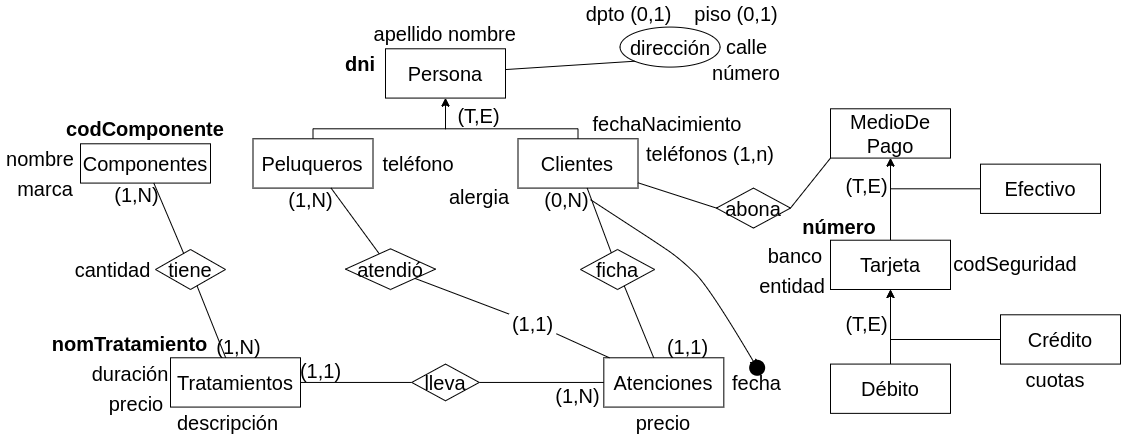
c97Ernesto/DisenioBasesDatos keeps this draw.io diagram as Practica/Practica2/Parte1/drawios-png/ejercicio11P2_Conceptual.drawio.png. Above is the earlier version. Source tidied: cells renumbered, new cells last; positions are measured from the earlier drawing's top-left corner, leaving out a move shared by most shapes.
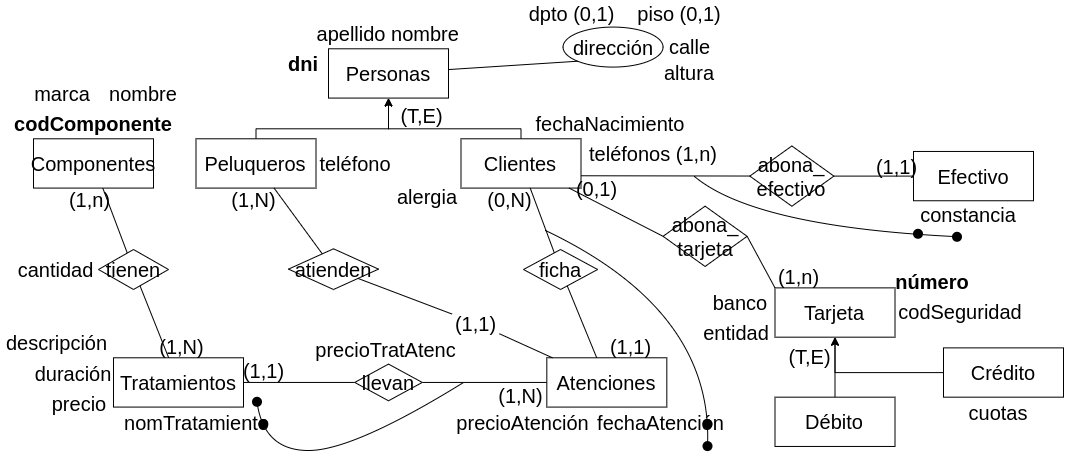
The same file after the commit.

The edit, as a diff of the source:
```diff
@@ -2,7 +2,7 @@
   <root>
     <mxCell id="0" />
     <mxCell id="1" parent="0" />
-    <mxCell id="2" value="&lt;font style=&quot;font-size: 20px;&quot;&gt;Persona&lt;/font&gt;" style="whiteSpace=wrap;html=1;align=center;fontSize=20;" parent="1" vertex="1">
+    <mxCell id="2" value="&lt;font style=&quot;font-size: 20px;&quot;&gt;Personas&lt;/font&gt;" style="whiteSpace=wrap;html=1;align=center;fontSize=20;" parent="1" vertex="1">
       <mxGeometry x="385" y="48.3" width="120" height="49.3" as="geometry" />
     </mxCell>
     <mxCell id="3" value="&lt;b&gt;dni&lt;/b&gt;" style="text;html=1;strokeColor=none;fillColor=none;align=center;verticalAlign=middle;whiteSpace=wrap;rounded=0;fontSize=20;rotation=0;" parent="1" vertex="1">
@@ -35,7 +35,7 @@
     <mxCell id="12" value="dpto (0,1)" style="text;html=1;strokeColor=none;fillColor=none;align=center;verticalAlign=middle;whiteSpace=wrap;rounded=0;fontSize=20;" parent="1" vertex="1">
       <mxGeometry x="580.3" width="97" height="26.6" as="geometry" />
     </mxCell>
-    <mxCell id="13" value="número" style="text;html=1;strokeColor=none;fillColor=none;align=center;verticalAlign=middle;whiteSpace=wrap;rounded=0;fontSize=20;" parent="1" vertex="1">
+    <mxCell id="13" value="altura" style="text;html=1;strokeColor=none;fillColor=none;align=center;verticalAlign=middle;whiteSpace=wrap;rounded=0;fontSize=20;" parent="1" vertex="1">
       <mxGeometry x="706" y="59.1" width="79.5" height="26.6" as="geometry" />
     </mxCell>
     <mxCell id="14" style="edgeStyle=orthogonalEdgeStyle;rounded=0;jettySize=auto;html=1;" parent="1" edge="1" source="15" target="2">
@@ -67,13 +67,13 @@
       <mxGeometry x="455" y="103.6" width="47.4" height="23.2" as="geometry" />
     </mxCell>
     <mxCell id="20" value="alergia" style="text;html=1;strokeColor=none;fillColor=none;align=center;verticalAlign=middle;whiteSpace=wrap;rounded=0;fontSize=20;rotation=0;" parent="1" vertex="1">
-      <mxGeometry x="440" y="180.8" width="77.5" height="30" as="geometry" />
+      <mxGeometry x="450" y="180.8" width="67.5" height="30" as="geometry" />
     </mxCell>
     <mxCell id="21" value="Atenciones" style="whiteSpace=wrap;html=1;align=center;fontSize=20;" parent="1" vertex="1">
       <mxGeometry x="603.3" y="357.3" width="120" height="49.3" as="geometry" />
     </mxCell>
-    <mxCell id="22" value="fecha" style="text;html=1;strokeColor=none;fillColor=none;align=center;verticalAlign=middle;whiteSpace=wrap;rounded=0;fontSize=20;rotation=0;" parent="1" vertex="1">
-      <mxGeometry x="723.3" y="366.9" width="66.7" height="30" as="geometry" />
+    <mxCell id="22" value="fechaAtención" style="text;html=1;strokeColor=none;fillColor=none;align=center;verticalAlign=middle;whiteSpace=wrap;rounded=0;fontSize=20;rotation=0;" parent="1" vertex="1">
+      <mxGeometry x="648.9" y="406.6" width="136.7" height="30" as="geometry" />
     </mxCell>
     <mxCell id="23" value="ficha" style="shape=rhombus;perimeter=rhombusPerimeter;whiteSpace=wrap;html=1;align=center;fontSize=20;" parent="1" vertex="1">
       <mxGeometry x="580" y="249" width="74.1" height="40" as="geometry" />
@@ -87,7 +87,7 @@
     <mxCell id="26" value="(0,N)" style="text;html=1;strokeColor=none;fillColor=none;align=center;verticalAlign=middle;whiteSpace=wrap;rounded=0;fontSize=20;rotation=0;" parent="1" vertex="1">
       <mxGeometry x="542.6" y="187.6" width="47.4" height="23.2" as="geometry" />
     </mxCell>
-    <mxCell id="27" value="atendió" style="shape=rhombus;perimeter=rhombusPerimeter;whiteSpace=wrap;html=1;align=center;fontSize=20;" parent="1" vertex="1">
+    <mxCell id="27" value="atienden" style="shape=rhombus;perimeter=rhombusPerimeter;whiteSpace=wrap;html=1;align=center;fontSize=20;" parent="1" vertex="1">
       <mxGeometry x="345" y="248.3" width="90" height="40.7" as="geometry" />
     </mxCell>
     <mxCell id="28" style="endArrow=none;html=1;rounded=0;fontSize=20;" parent="1" edge="1" source="27" target="15">
@@ -105,31 +105,16 @@
     <mxCell id="32" value="Tratamientos" style="whiteSpace=wrap;html=1;align=center;fontSize=20;" parent="1" vertex="1">
       <mxGeometry x="170" y="357.3" width="130" height="49.3" as="geometry" />
     </mxCell>
-    <mxCell id="33" style="curved=1;endArrow=classic;html=1;rounded=0;exitX=1;exitY=0.5;exitDx=0;exitDy=0;" parent="1" edge="1" source="26" target="34">
-      <mxGeometry relative="1" as="geometry">
-        <Array as="points">
-          <mxPoint x="650" y="238.3" />
-          <mxPoint x="680" y="258.3" />
-          <mxPoint x="710" y="288.3" />
-        </Array>
-      </mxGeometry>
-    </mxCell>
-    <mxCell id="34" style="shape=waypoint;sketch=0;fillStyle=solid;size=16;points=[];fillColor=none;perimeter=centerPerimeter;snapToPoint=1;fontSize=20;fontStyle=0;spacing=2;perimeterSpacing=0;" parent="1" vertex="1">
-      <mxGeometry x="746.7" y="357.3" width="20" height="20" as="geometry" />
-    </mxCell>
-    <mxCell id="35" value="nomTratamiento" style="text;html=1;strokeColor=none;fillColor=none;align=center;verticalAlign=middle;whiteSpace=wrap;rounded=0;fontSize=20;rotation=0;fontStyle=1;" parent="1" vertex="1">
-      <mxGeometry x="47.5" y="328.3" width="165.1" height="30" as="geometry" />
+    <mxCell id="35" value="nomTratamiento" style="text;html=1;strokeColor=none;fillColor=none;align=center;verticalAlign=middle;whiteSpace=wrap;rounded=0;fontSize=20;rotation=0;fontStyle=0;" parent="1" vertex="1">
+      <mxGeometry x="171.3" y="406.6" width="165.1" height="30" as="geometry" />
     </mxCell>
     <mxCell id="36" value="descripción" style="text;html=1;strokeColor=none;fillColor=none;align=center;verticalAlign=middle;whiteSpace=wrap;rounded=0;fontSize=20;rotation=0;" parent="1" vertex="1">
-      <mxGeometry x="170" y="406.6" width="114.9" height="30" as="geometry" />
+      <mxGeometry x="56.4" y="327.3" width="114.9" height="30" as="geometry" />
     </mxCell>
     <mxCell id="37" value="precio" style="text;html=1;strokeColor=none;fillColor=none;align=center;verticalAlign=middle;whiteSpace=wrap;rounded=0;fontSize=20;rotation=0;" parent="1" vertex="1">
       <mxGeometry x="101.3" y="388.3" width="70" height="30" as="geometry" />
     </mxCell>
-    <mxCell id="38" value="Componentes" style="whiteSpace=wrap;html=1;align=center;fontSize=20;" parent="1" vertex="1">
-      <mxGeometry x="80" y="143.3" width="130" height="39.3" as="geometry" />
-    </mxCell>
-    <mxCell id="39" value="lleva" style="shape=rhombus;perimeter=rhombusPerimeter;whiteSpace=wrap;html=1;align=center;fontSize=20;" parent="1" vertex="1">
+    <mxCell id="39" value="llevan" style="shape=rhombus;perimeter=rhombusPerimeter;whiteSpace=wrap;html=1;align=center;fontSize=20;" parent="1" vertex="1">
       <mxGeometry x="411.2" y="363.6" width="67.5" height="36.7" as="geometry" />
     </mxCell>
     <mxCell id="40" style="endArrow=none;html=1;rounded=0;fontSize=20;" parent="1" edge="1" source="32" target="39">
@@ -151,15 +136,15 @@
       <mxGeometry x="90" y="358.3" width="80" height="30" as="geometry" />
     </mxCell>
     <mxCell id="46" value="codComponente" style="text;html=1;strokeColor=none;fillColor=none;align=center;verticalAlign=middle;whiteSpace=wrap;rounded=0;fontSize=20;rotation=0;fontStyle=1;" parent="1" vertex="1">
-      <mxGeometry x="65" y="113.3" width="160" height="30" as="geometry" />
+      <mxGeometry x="70" y="108.3" width="160" height="30" as="geometry" />
     </mxCell>
     <mxCell id="47" value="nombre" style="text;html=1;strokeColor=none;fillColor=none;align=center;verticalAlign=middle;whiteSpace=wrap;rounded=0;fontSize=20;rotation=0;" parent="1" vertex="1">
-      <mxGeometry y="143.3" width="80" height="30" as="geometry" />
+      <mxGeometry x="160" y="78.3" width="80" height="30" as="geometry" />
     </mxCell>
     <mxCell id="48" value="marca" style="text;html=1;strokeColor=none;fillColor=none;align=center;verticalAlign=middle;whiteSpace=wrap;rounded=0;fontSize=20;rotation=0;" parent="1" vertex="1">
-      <mxGeometry x="10" y="173.3" width="70" height="30" as="geometry" />
+      <mxGeometry x="83.8" y="78.3" width="70" height="30" as="geometry" />
     </mxCell>
-    <mxCell id="49" value="tiene" style="shape=rhombus;perimeter=rhombusPerimeter;whiteSpace=wrap;html=1;align=center;fontSize=20;" parent="1" vertex="1">
+    <mxCell id="49" value="tienen" style="shape=rhombus;perimeter=rhombusPerimeter;whiteSpace=wrap;html=1;align=center;fontSize=20;" parent="1" vertex="1">
       <mxGeometry x="155" y="249" width="70" height="40" as="geometry" />
     </mxCell>
     <mxCell id="50" style="endArrow=none;html=1;rounded=0;fontSize=20;" parent="1" edge="1" source="49" target="38">
@@ -171,74 +156,133 @@
     <mxCell id="52" value="(1,N)" style="text;html=1;strokeColor=none;fillColor=none;align=center;verticalAlign=middle;whiteSpace=wrap;rounded=0;fontSize=20;rotation=0;" parent="1" vertex="1">
       <mxGeometry x="215.1" y="334.1" width="47.4" height="23.2" as="geometry" />
     </mxCell>
-    <mxCell id="53" value="(1,N)" style="text;html=1;strokeColor=none;fillColor=none;align=center;verticalAlign=middle;whiteSpace=wrap;rounded=0;fontSize=20;rotation=0;" parent="1" vertex="1">
-      <mxGeometry x="112.6" y="182.6" width="47.4" height="23.2" as="geometry" />
+    <mxCell id="53" value="(1,n)" style="text;html=1;strokeColor=none;fillColor=none;align=center;verticalAlign=middle;whiteSpace=wrap;rounded=0;fontSize=20;rotation=0;" parent="1" vertex="1">
+      <mxGeometry x="122.6" y="187.6" width="47.4" height="23.2" as="geometry" />
     </mxCell>
     <mxCell id="54" value="cantidad" style="text;html=1;strokeColor=none;fillColor=none;align=center;verticalAlign=middle;whiteSpace=wrap;rounded=0;fontSize=20;rotation=0;" parent="1" vertex="1">
       <mxGeometry x="70" y="253.6" width="85" height="30" as="geometry" />
     </mxCell>
     <mxCell id="55" value="teléfono" style="text;html=1;strokeColor=none;fillColor=none;align=center;verticalAlign=middle;whiteSpace=wrap;rounded=0;fontSize=20;rotation=0;" parent="1" vertex="1">
-      <mxGeometry x="372.5" y="147.9" width="90" height="30" as="geometry" />
+      <mxGeometry x="372.5" y="147.9" width="77.5" height="30" as="geometry" />
     </mxCell>
-    <mxCell id="56" value="precio" style="text;html=1;strokeColor=none;fillColor=none;align=center;verticalAlign=middle;whiteSpace=wrap;rounded=0;fontSize=20;rotation=0;" parent="1" vertex="1">
-      <mxGeometry x="628.3" y="406.6" width="70" height="30" as="geometry" />
+    <mxCell id="56" value="precioAtención" style="text;html=1;strokeColor=none;fillColor=none;align=center;verticalAlign=middle;whiteSpace=wrap;rounded=0;fontSize=20;rotation=0;" parent="1" vertex="1">
+      <mxGeometry x="510" y="406.6" width="138.9" height="30" as="geometry" />
     </mxCell>
-    <mxCell id="57" style="edgeStyle=orthogonalEdgeStyle;rounded=0;jettySize=auto;html=1;" parent="1" edge="1" source="58" target="63">
-      <mxGeometry relative="1" as="geometry" />
-    </mxCell>
     <mxCell id="58" value="Efectivo" style="whiteSpace=wrap;html=1;align=center;fontSize=20;" parent="1" vertex="1">
-      <mxGeometry x="980" y="163.6" width="120" height="49.3" as="geometry" />
+      <mxGeometry x="970" y="151" width="120" height="49.3" as="geometry" />
     </mxCell>
     <mxCell id="59" style="edgeStyle=orthogonalEdgeStyle;rounded=0;jettySize=auto;html=1;" parent="1" edge="1" source="60" target="65">
       <mxGeometry relative="1" as="geometry" />
     </mxCell>
     <mxCell id="60" value="Débito" style="whiteSpace=wrap;html=1;align=center;fontSize=20;" parent="1" vertex="1">
-      <mxGeometry x="830" y="363.6" width="120" height="49.3" as="geometry" />
+      <mxGeometry x="831.5" y="396.7" width="120" height="49.3" as="geometry" />
     </mxCell>
     <mxCell id="61" style="edgeStyle=orthogonalEdgeStyle;rounded=0;jettySize=auto;html=1;" parent="1" edge="1" source="62" target="65">
       <mxGeometry relative="1" as="geometry" />
     </mxCell>
     <mxCell id="62" value="Crédito" style="whiteSpace=wrap;html=1;align=center;fontSize=20;" parent="1" vertex="1">
-      <mxGeometry x="1000" y="314.3" width="120" height="49.3" as="geometry" />
+      <mxGeometry x="1000" y="347.4" width="120" height="49.3" as="geometry" />
     </mxCell>
-    <mxCell id="63" value="MedioDe&lt;br&gt;Pago" style="whiteSpace=wrap;html=1;align=center;fontSize=20;" parent="1" vertex="1">
-      <mxGeometry x="830" y="108.3" width="120" height="49.3" as="geometry" />
-    </mxCell>
-    <mxCell id="64" style="edgeStyle=orthogonalEdgeStyle;rounded=0;jettySize=auto;html=1;" parent="1" edge="1" source="65" target="63">
-      <mxGeometry relative="1" as="geometry" />
-    </mxCell>
     <mxCell id="65" value="Tarjeta" style="whiteSpace=wrap;html=1;align=center;fontSize=20;" parent="1" vertex="1">
-      <mxGeometry x="830" y="239.7" width="120" height="49.3" as="geometry" />
+      <mxGeometry x="831.5" y="287.4" width="120" height="49.3" as="geometry" />
     </mxCell>
-    <mxCell id="66" value="abona" style="shape=rhombus;perimeter=rhombusPerimeter;whiteSpace=wrap;html=1;align=center;fontSize=20;" parent="1" vertex="1">
-      <mxGeometry x="715.9" y="187.6" width="74.1" height="40" as="geometry" />
+    <mxCell id="66" value="abona_&lt;br&gt;tarjeta" style="shape=rhombus;perimeter=rhombusPerimeter;whiteSpace=wrap;html=1;align=center;fontSize=20;" parent="1" vertex="1">
+      <mxGeometry x="719.5" y="205.7" width="84.1" height="60.3" as="geometry" />
     </mxCell>
-    <mxCell id="67" style="endArrow=none;html=1;rounded=0;fontSize=20;exitX=1;exitY=0.5;exitDx=0;exitDy=0;entryX=0;entryY=1;entryDx=0;entryDy=0;" parent="1" edge="1" source="66" target="63">
+    <mxCell id="67" style="endArrow=none;html=1;rounded=0;fontSize=20;exitX=1;exitY=0.5;exitDx=0;exitDy=0;entryX=0;entryY=0;entryDx=0;entryDy=0;" parent="1" edge="1" source="66" target="65">
       <mxGeometry relative="1" as="geometry" />
     </mxCell>
     <mxCell id="68" style="endArrow=none;html=1;rounded=0;fontSize=20;entryX=0;entryY=0.5;entryDx=0;entryDy=0;" parent="1" edge="1" source="17" target="66">
       <mxGeometry relative="1" as="geometry" />
     </mxCell>
-    <mxCell id="69" value="(T,E)" style="text;html=1;strokeColor=none;fillColor=none;align=center;verticalAlign=middle;whiteSpace=wrap;rounded=0;fontSize=20;rotation=0;" parent="1" vertex="1">
-      <mxGeometry x="843" y="173.3" width="47.4" height="23.2" as="geometry" />
-    </mxCell>
-    <mxCell id="70" value="&lt;b&gt;número&lt;/b&gt;" style="text;html=1;strokeColor=none;fillColor=none;align=center;verticalAlign=middle;whiteSpace=wrap;rounded=0;fontSize=20;rotation=0;" parent="1" vertex="1">
-      <mxGeometry x="800" y="210.8" width="77.5" height="30" as="geometry" />
+    <mxCell id="70" value="&lt;span&gt;número&lt;/span&gt;" style="text;html=1;strokeColor=none;fillColor=none;align=center;verticalAlign=middle;whiteSpace=wrap;rounded=0;fontSize=20;rotation=0;fontStyle=1;" parent="1" vertex="1">
+      <mxGeometry x="950" y="266" width="77.5" height="30" as="geometry" />
     </mxCell>
     <mxCell id="71" value="codSeguridad" style="text;html=1;strokeColor=none;fillColor=none;align=center;verticalAlign=middle;whiteSpace=wrap;rounded=0;fontSize=20;rotation=0;" parent="1" vertex="1">
-      <mxGeometry x="950" y="248.3" width="130" height="30" as="geometry" />
+      <mxGeometry x="951.5" y="296" width="130" height="30" as="geometry" />
     </mxCell>
-    <mxCell id="72" value="banco" style="text;html=1;strokeColor=none;fillColor=none;align=center;verticalAlign=middle;whiteSpace=wrap;rounded=0;fontSize=20;rotation=0;" parent="1" vertex="1">
-      <mxGeometry x="760" y="239.7" width="70" height="30" as="geometry" />
+    <mxCell id="72" value="banco" style="text;html=1;strokeColor=none;fillColor=none;align=center;verticalAlign=middle;whiteSpace=wrap;rounded=0;fontSize=20;rotation=0;fontStyle=0;" parent="1" vertex="1">
+      <mxGeometry x="761.5" y="287.4" width="70" height="30" as="geometry" />
     </mxCell>
     <mxCell id="73" value="(T,E)" style="text;html=1;strokeColor=none;fillColor=none;align=center;verticalAlign=middle;whiteSpace=wrap;rounded=0;fontSize=20;rotation=0;" parent="1" vertex="1">
-      <mxGeometry x="843" y="310.9" width="47.4" height="23.2" as="geometry" />
+      <mxGeometry x="843" y="344" width="47.4" height="23.2" as="geometry" />
     </mxCell>
-    <mxCell id="74" value="entidad" style="text;html=1;strokeColor=none;fillColor=none;align=center;verticalAlign=middle;whiteSpace=wrap;rounded=0;fontSize=20;rotation=0;" parent="1" vertex="1">
-      <mxGeometry x="752.5" y="269.7" width="77.5" height="30" as="geometry" />
+    <mxCell id="74" value="entidad" style="text;html=1;strokeColor=none;fillColor=none;align=center;verticalAlign=middle;whiteSpace=wrap;rounded=0;fontSize=20;rotation=0;fontStyle=0;" parent="1" vertex="1">
+      <mxGeometry x="754" y="317.4" width="77.5" height="30" as="geometry" />
     </mxCell>
     <mxCell id="75" value="cuotas" style="text;html=1;strokeColor=none;fillColor=none;align=center;verticalAlign=middle;whiteSpace=wrap;rounded=0;fontSize=20;rotation=0;" parent="1" vertex="1">
-      <mxGeometry x="1020" y="363.6" width="70" height="30" as="geometry" />
+      <mxGeometry x="1020" y="396.7" width="70" height="30" as="geometry" />
     </mxCell>
+    <mxCell id="76" style="shape=waypoint;sketch=0;size=6;points=[];fillColor=none;perimeter=centerPerimeter;snapToPoint=1;strokeWidth=3;" parent="1" vertex="1">
+      <mxGeometry x="754" y="435.6" width="20" height="20" as="geometry" />
+    </mxCell>
+    <mxCell id="77" style="shape=waypoint;sketch=0;size=6;fillColor=none;perimeter=centerPerimeter;strokeWidth=3;" parent="1" vertex="1">
+      <mxGeometry x="754.1" y="413.6" width="20" height="20" as="geometry" />
+    </mxCell>
+    <mxCell id="78" style="curved=1;endArrow=none;html=1;rounded=0;endFill=0;" parent="1" edge="1" source="76">
+      <mxGeometry relative="1" as="geometry">
+        <mxPoint x="602" y="230" as="targetPoint" />
+        <Array as="points">
+          <mxPoint x="770" y="310" />
+        </Array>
+      </mxGeometry>
+    </mxCell>
+    <mxCell id="79" style="curved=1;endArrow=none;html=1;rounded=0;endFill=0;" parent="1" edge="1" target="81">
+      <mxGeometry relative="1" as="geometry">
+        <mxPoint x="520" y="382" as="sourcePoint" />
+        <Array as="points">
+          <mxPoint x="410" y="450" />
+          <mxPoint x="320" y="450" />
+        </Array>
+      </mxGeometry>
+    </mxCell>
+    <mxCell id="80" style="shape=waypoint;sketch=0;size=6;fillColor=none;perimeter=centerPerimeter;strokeWidth=3;" parent="1" vertex="1">
+      <mxGeometry x="309.8" y="413.6" width="20" height="20" as="geometry" />
+    </mxCell>
+    <mxCell id="81" style="shape=waypoint;sketch=0;size=6;points=[];fillColor=none;perimeter=centerPerimeter;snapToPoint=1;strokeWidth=3;" parent="1" vertex="1">
+      <mxGeometry x="303.5" y="391.3" width="20" height="20" as="geometry" />
+    </mxCell>
+    <mxCell id="82" value="precioTratAtenc" style="text;html=1;strokeColor=none;fillColor=none;align=center;verticalAlign=middle;whiteSpace=wrap;rounded=0;fontSize=20;rotation=0;" parent="1" vertex="1">
+      <mxGeometry x="366.8" y="333.6" width="150.7" height="30" as="geometry" />
+    </mxCell>
+    <mxCell id="83" value="abona_&lt;br&gt;efectivo" style="shape=rhombus;perimeter=rhombusPerimeter;whiteSpace=wrap;html=1;align=center;fontSize=20;" parent="1" vertex="1">
+      <mxGeometry x="806.3" y="145.5" width="84.1" height="60.3" as="geometry" />
+    </mxCell>
+    <mxCell id="84" style="endArrow=none;html=1;rounded=0;fontSize=20;exitX=1;exitY=0.5;exitDx=0;exitDy=0;" parent="1" edge="1" source="83" target="58">
+      <mxGeometry relative="1" as="geometry" />
+    </mxCell>
+    <mxCell id="85" style="endArrow=none;html=1;rounded=0;fontSize=20;exitX=1;exitY=0.75;exitDx=0;exitDy=0;" parent="1" edge="1" source="17" target="83">
+      <mxGeometry relative="1" as="geometry" />
+    </mxCell>
+    <mxCell id="86" value="(0,1)" style="text;html=1;strokeColor=none;fillColor=none;align=center;verticalAlign=middle;whiteSpace=wrap;rounded=0;fontSize=20;rotation=0;" parent="1" vertex="1">
+      <mxGeometry x="629.9" y="175.9" width="47.4" height="23.2" as="geometry" />
+    </mxCell>
+    <mxCell id="87" value="(1,1)" style="text;html=1;strokeColor=none;fillColor=none;align=center;verticalAlign=middle;whiteSpace=wrap;rounded=0;fontSize=20;rotation=0;" parent="1" vertex="1">
+      <mxGeometry x="930" y="154.8" width="47.4" height="23.2" as="geometry" />
+    </mxCell>
+    <mxCell id="88" value="(1,n)" style="text;html=1;strokeColor=none;fillColor=none;align=center;verticalAlign=middle;whiteSpace=wrap;rounded=0;fontSize=20;rotation=0;" parent="1" vertex="1">
+      <mxGeometry x="831.5" y="264.2" width="47.4" height="23.2" as="geometry" />
+    </mxCell>
+    <mxCell id="38" value="&lt;font style=&quot;font-size: 20px;&quot;&gt;Componentes&lt;/font&gt;" style="whiteSpace=wrap;html=1;align=center;fontSize=20;" parent="1" vertex="1">
+      <mxGeometry x="90" y="138.3" width="120" height="49.3" as="geometry" />
+    </mxCell>
+    <mxCell id="89" value="constancia" style="text;html=1;strokeColor=none;fillColor=none;align=center;verticalAlign=middle;whiteSpace=wrap;rounded=0;fontSize=20;rotation=0;fontStyle=0;" parent="1" vertex="1">
+      <mxGeometry x="970" y="199.1" width="110" height="30" as="geometry" />
+    </mxCell>
+    <mxCell id="90" style="curved=1;endArrow=none;html=1;rounded=0;endFill=0;" parent="1" edge="1">
+      <mxGeometry relative="1" as="geometry">
+        <mxPoint x="1010" y="236" as="sourcePoint" />
+        <mxPoint x="751" y="176" as="targetPoint" />
+        <Array as="points">
+          <mxPoint x="811" y="226" />
+        </Array>
+      </mxGeometry>
+    </mxCell>
+    <mxCell id="91" style="shape=waypoint;sketch=0;size=6;fillColor=none;perimeter=centerPerimeter;strokeWidth=3;" parent="1" vertex="1">
+      <mxGeometry x="1003.5" y="226.3" width="20" height="20" as="geometry" />
+    </mxCell>
+    <mxCell id="92" style="shape=waypoint;sketch=0;size=6;fillColor=none;perimeter=centerPerimeter;strokeWidth=3;" parent="1" vertex="1">
+      <mxGeometry x="964.5" y="223.3" width="20" height="20" as="geometry" />
+    </mxCell>
   </root>
 </mxGraphModel>
```
